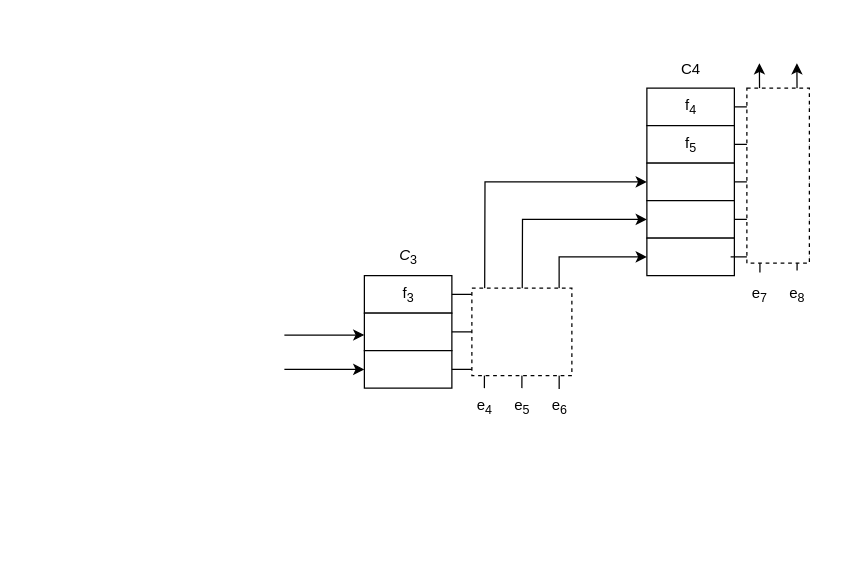
Earlier version of the draw.io diagram page "fmea_2025" (1 of 2) of Diagrams/fmea_2025.drawio (bwolleswinkel/drawio). Source tidied: cells renumbered, new cells numbered last; positions are measured from the earlier drawing's top-left corner, leaving out a move shared by most shapes. Both pictures are drawn from the tidied source at 125%, with x=0, y=0 at pixel (284, 50).
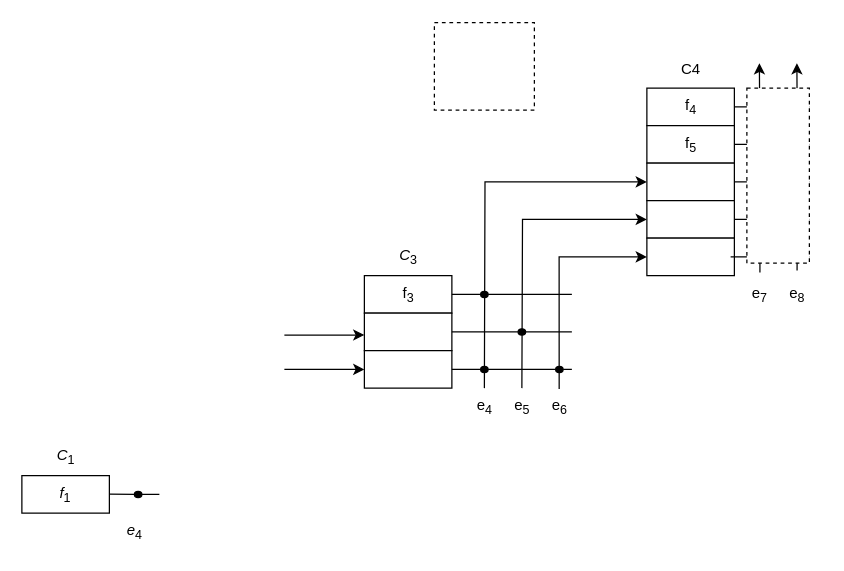
The same diagram, later.

Diff of the diagram source:
```diff
@@
     <mxCell id="52" style="rounded=0;whiteSpace=wrap;html=1;dashed=1;" parent="1" vertex="1">
-      <mxGeometry x="150" y="190" width="80" height="70" as="geometry" />
+      <mxGeometry x="120" y="-22.5" width="80" height="70" as="geometry" />
     </mxCell>
@@
+    <mxCell id="55" value="&lt;i&gt;f&lt;/i&gt;&lt;sub&gt;1&lt;/sub&gt;" style="rounded=0;whiteSpace=wrap;html=1;" parent="1" vertex="1">
+      <mxGeometry x="-210" y="340" width="70" height="30" as="geometry" />
+    </mxCell>
+    <mxCell id="56" value="&lt;i&gt;C&lt;/i&gt;&lt;sub&gt;1&lt;/sub&gt;" style="text;html=1;align=center;verticalAlign=middle;strokeColor=none;fillColor=none;" parent="1" vertex="1">
+      <mxGeometry x="-195" y="310" width="40" height="30" as="geometry" />
+    </mxCell>
+    <mxCell id="57" style="endArrow=none;html=1;rounded=0;" parent="1" edge="1" source="59">
+      <mxGeometry relative="1" as="geometry">
+        <mxPoint x="-100" y="355" as="targetPoint" />
+      </mxGeometry>
+    </mxCell>
+    <mxCell id="58" style="endArrow=none;html=1;rounded=0;" parent="1" edge="1" target="59">
+      <mxGeometry relative="1" as="geometry">
+        <mxPoint x="-140" y="354.8" as="sourcePoint" />
+      </mxGeometry>
+    </mxCell>
+    <mxCell id="59" style="ellipse;whiteSpace=wrap;html=1;fillColor=#000000;" parent="1" vertex="1">
+      <mxGeometry x="-120" y="352.5" width="6" height="5" as="geometry" />
+    </mxCell>
+    <mxCell id="60" value="&lt;i&gt;e&lt;/i&gt;&lt;sub&gt;4&lt;/sub&gt;" style="text;html=1;align=center;verticalAlign=middle;strokeColor=none;fillColor=none;" parent="1" vertex="1">
+      <mxGeometry x="-140" y="370" width="40" height="30" as="geometry" />
+    </mxCell>
```
